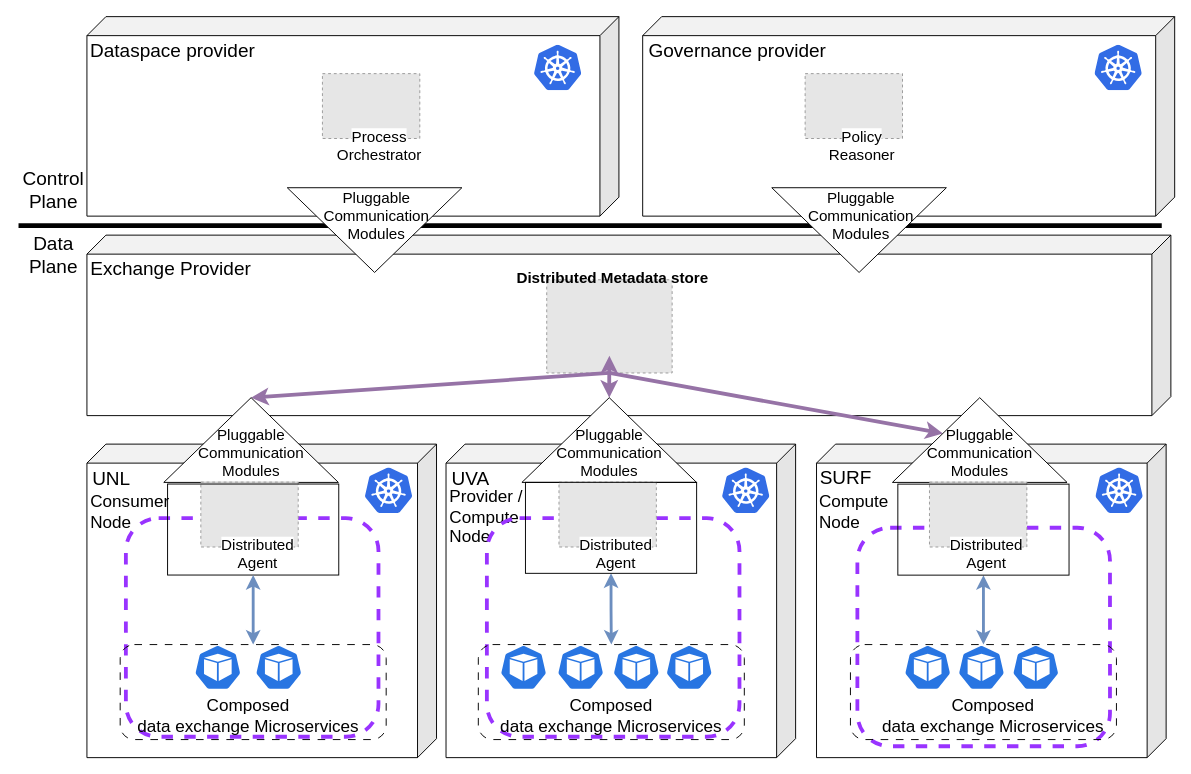
Jorrit05/DYNAMOS keeps this draw.io diagram as docs/drawio/architecture/mapek2.drawio. Above is the earlier version. Source tidied: cells renumbered, new cells numbered last; positions are measured from the earlier drawing's top-left corner, leaving out a move shared by most shapes. Both pictures are drawn from the tidied source at 95%, with x=0, y=0 at pixel (18, 16). Pictures stored in the file or linked from it are replaced by grey dashed boxes.
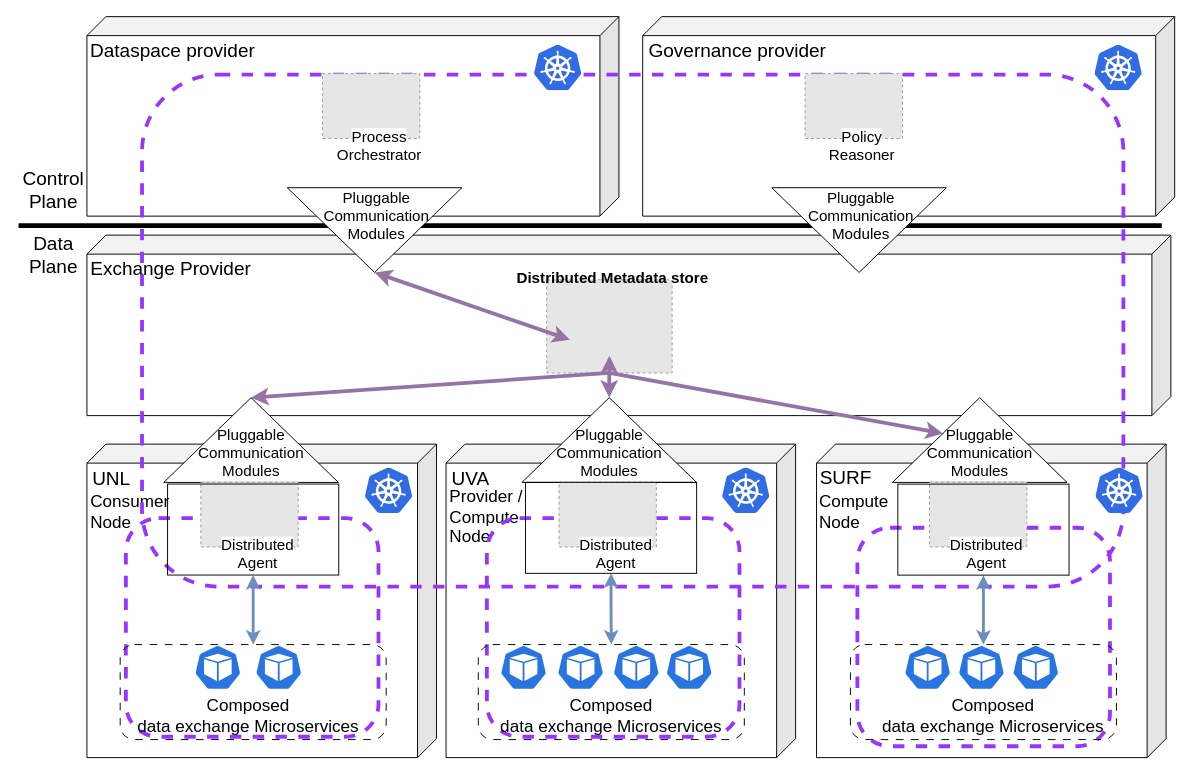
Above is the later version.

The change refers to these unchanged cells:
```xml
<mxCell id="35" style="triangle;whiteSpace=wrap;html=1;rotation=90;" parent="34" vertex="1">
  <mxGeometry x="47.2" y="-47.2" width="89.2" height="183.8" as="geometry" />
</mxCell>
```

Change to the diagram source:
```diff
@@
+    <mxCell id="88" style="rounded=1;whiteSpace=wrap;html=1;fillColor=none;strokeColor=#9933FF;strokeWidth=4;dashed=1;" parent="1" vertex="1">
+      <mxGeometry x="130" y="61" width="1033" height="539" as="geometry" />
+    </mxCell>
+    <mxCell id="89" style="endArrow=classic;startArrow=classic;html=1;rounded=0;exitX=1;exitY=0.5;exitDx=0;exitDy=0;entryX=0.436;entryY=0.518;entryDx=0;entryDy=0;entryPerimeter=0;fillColor=#e1d5e7;strokeColor=#9673a6;strokeWidth=4;" parent="1" edge="1" source="35" target="88">
+      <mxGeometry relative="1" as="geometry" />
+    </mxCell>
```
